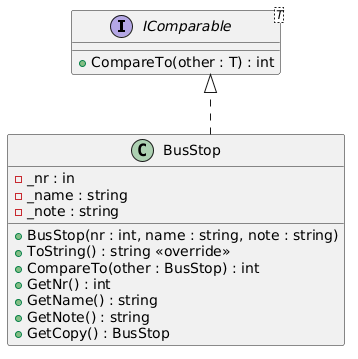
This is src/assets/img/kmom01/KlassdiagramKmom01Uppgift.png from bth-algo/bth-algo.github.io, a PlantUML export, as it was before one commit.
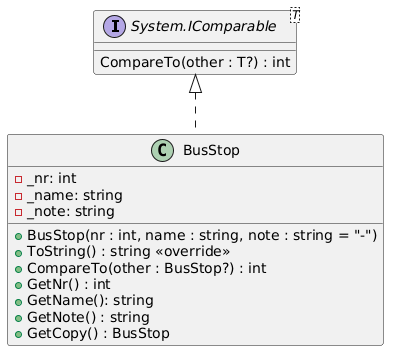
After the commit.

Commit message:
Ny version av BusStop-klassdiagram i uppgiift kmom01

Change to the diagram source:
```diff
@@ -1,26 +1,21 @@
 @startuml
-skinparam linetype ortho
-top to bottom direction
+interface "System.IComparable" as IComparable
+IComparable <|.. BusStop
+
+class BusStop {
+ - _nr: int
+ - _name: string
+ - _note: string
+ + BusStop(nr : int, name : string, note : string = "-")
+ + ToString() : string <<override>>
+ + CompareTo(other : BusStop?) : int
+ + GetNr() : int
+ + GetName(): string
+ + GetNote() : string
+ + GetCopy() : BusStop
+}
 
 interface IComparable<T> {
-  + CompareTo(other : T) : int
+ CompareTo(other : T?) : int
 }
-
-class BusStop {
-  - _nr : in
-  - _name : string
-  - _note : string
-
-  + BusStop(nr : int, name : string, note : string)
-  + ToString() : string <<override>>
-  + CompareTo(other : BusStop) : int
-  + GetNr() : int
-  + GetName() : string
-  + GetNote() : string
-  + GetCopy() : BusStop
-}
-
-IComparable -[hidden]-> BusStop
-
-BusStop ..|> IComparable
 @enduml
```
